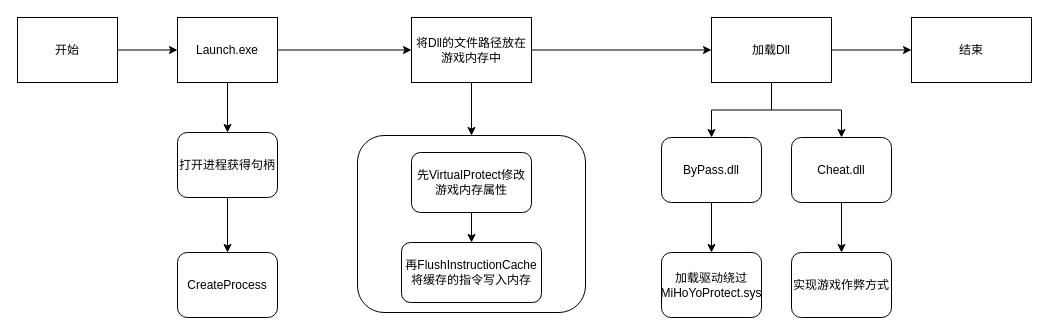
This is Dll.drawio from Moose1273/-, a draw.io file, before an edit. Source tidied: cells renumbered, new cells numbered last; positions are measured from the earlier drawing's top-left corner, leaving out a move shared by most shapes. Both pictures are drawn from the tidied source at 100%, with x=0, y=0 at pixel (17, 17).
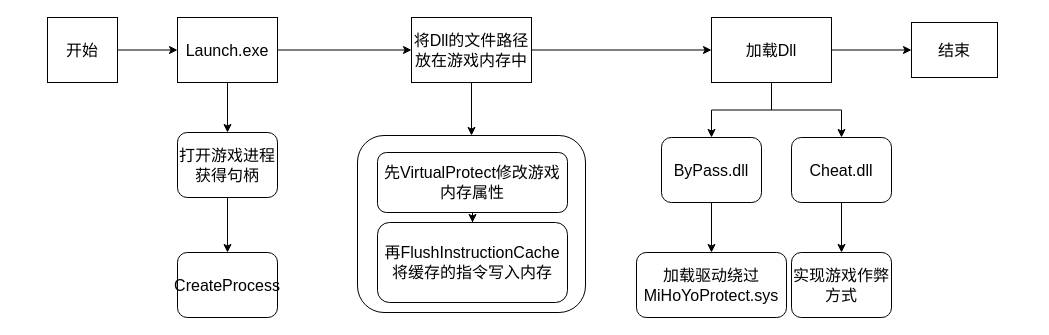
After the change.

Diff of the diagram source:
```diff
@@
-    <mxCell id="2" style="edgeStyle=orthogonalEdgeStyle;rounded=0;jettySize=auto;html=1;" parent="1" edge="1" source="3" target="6">
+    <mxCell id="2" style="edgeStyle=orthogonalEdgeStyle;rounded=0;jettySize=auto;html=1;fontSize=16;" parent="1" edge="1" source="3" target="6">
       <mxGeometry relative="1" as="geometry" />
     </mxCell>
-    <mxCell id="3" value="开始" style="rounded=0;whiteSpace=wrap;html=1;" parent="1" vertex="1">
-      <mxGeometry width="100" height="65" as="geometry" />
+    <mxCell id="3" value="开始" style="rounded=0;whiteSpace=wrap;html=1;fontSize=16;" parent="1" vertex="1">
+      <mxGeometry x="30" width="70" height="65" as="geometry" />
     </mxCell>
-    <mxCell id="4" style="edgeStyle=orthogonalEdgeStyle;rounded=0;jettySize=auto;html=1;" parent="1" edge="1" source="6" target="8">
+    <mxCell id="4" style="edgeStyle=orthogonalEdgeStyle;rounded=0;jettySize=auto;html=1;fontSize=16;" parent="1" edge="1" source="6" target="8">
       <mxGeometry relative="1" as="geometry" />
     </mxCell>
-    <mxCell id="5" style="edgeStyle=orthogonalEdgeStyle;rounded=0;jettySize=auto;html=1;" parent="1" edge="1" source="6" target="18">
+    <mxCell id="5" style="edgeStyle=orthogonalEdgeStyle;rounded=0;jettySize=auto;html=1;fontSize=16;" parent="1" edge="1" source="6" target="18">
       <mxGeometry relative="1" as="geometry" />
     </mxCell>
-    <mxCell id="6" value="Launch.exe" style="rounded=0;whiteSpace=wrap;html=1;" parent="1" vertex="1">
+    <mxCell id="6" value="Launch.exe" style="rounded=0;whiteSpace=wrap;html=1;fontSize=16;" parent="1" vertex="1">
       <mxGeometry x="160" width="100" height="65" as="geometry" />
     </mxCell>
-    <mxCell id="7" style="edgeStyle=orthogonalEdgeStyle;rounded=0;jettySize=auto;html=1;" parent="1" edge="1" source="8" target="9">
+    <mxCell id="7" style="edgeStyle=orthogonalEdgeStyle;rounded=0;jettySize=auto;html=1;fontSize=16;" parent="1" edge="1" source="8" target="9">
       <mxGeometry relative="1" as="geometry" />
     </mxCell>
-    <mxCell id="8" value="打开进程获得句柄" style="rounded=1;whiteSpace=wrap;html=1;" parent="1" vertex="1">
+    <mxCell id="8" value="打开游戏进程获得句柄" style="rounded=1;whiteSpace=wrap;html=1;fontSize=16;" parent="1" vertex="1">
       <mxGeometry x="160" y="115" width="100" height="65" as="geometry" />
     </mxCell>
-    <mxCell id="9" value="CreateProcess" style="rounded=1;whiteSpace=wrap;html=1;" parent="1" vertex="1">
+    <mxCell id="9" value="CreateProcess" style="rounded=1;whiteSpace=wrap;html=1;fontSize=16;" parent="1" vertex="1">
       <mxGeometry x="160" y="235" width="100" height="65" as="geometry" />
     </mxCell>
-    <mxCell id="10" style="edgeStyle=orthogonalEdgeStyle;rounded=0;jettySize=auto;html=1;" parent="1" edge="1" source="11" target="12">
+    <mxCell id="10" style="edgeStyle=orthogonalEdgeStyle;rounded=0;jettySize=auto;html=1;fontSize=16;" parent="1" edge="1" source="11" target="12">
       <mxGeometry relative="1" as="geometry" />
     </mxCell>
-    <mxCell id="11" value="ByPass.dll" style="rounded=1;whiteSpace=wrap;html=1;" parent="1" vertex="1">
+    <mxCell id="11" value="ByPass.dll" style="rounded=1;whiteSpace=wrap;html=1;fontSize=16;" parent="1" vertex="1">
       <mxGeometry x="644" y="120" width="100" height="65" as="geometry" />
     </mxCell>
-    <mxCell id="12" value="加载驱动绕过&lt;div&gt;MiHoYoProtect.sys&lt;br&gt;&lt;/div&gt;" style="rounded=1;whiteSpace=wrap;html=1;" parent="1" vertex="1">
-      <mxGeometry x="644" y="235" width="100" height="65" as="geometry" />
+    <mxCell id="12" value="加载驱动绕过&lt;div style=&quot;font-size: 16px;&quot;&gt;MiHoYoProtect.sys&lt;br style=&quot;font-size: 16px;&quot;&gt;&lt;/div&gt;" style="rounded=1;whiteSpace=wrap;html=1;fontSize=16;" parent="1" vertex="1">
+      <mxGeometry x="619" y="235" width="150" height="65" as="geometry" />
     </mxCell>
-    <mxCell id="13" style="edgeStyle=orthogonalEdgeStyle;rounded=0;jettySize=auto;html=1;" parent="1" edge="1" source="14" target="15">
+    <mxCell id="13" style="edgeStyle=orthogonalEdgeStyle;rounded=0;jettySize=auto;html=1;fontSize=16;" parent="1" edge="1" source="14" target="15">
       <mxGeometry relative="1" as="geometry" />
     </mxCell>
-    <mxCell id="14" value="Cheat.dll" style="rounded=1;whiteSpace=wrap;html=1;" parent="1" vertex="1">
+    <mxCell id="14" value="Cheat.dll" style="rounded=1;whiteSpace=wrap;html=1;fontSize=16;" parent="1" vertex="1">
       <mxGeometry x="774" y="120" width="100" height="65" as="geometry" />
     </mxCell>
-    <mxCell id="15" value="&lt;div&gt;实现游戏作弊方式&lt;br&gt;&lt;/div&gt;" style="rounded=1;whiteSpace=wrap;html=1;" parent="1" vertex="1">
+    <mxCell id="15" value="&lt;div style=&quot;font-size: 16px;&quot;&gt;实现游戏作弊方式&lt;br style=&quot;font-size: 16px;&quot;&gt;&lt;/div&gt;" style="rounded=1;whiteSpace=wrap;html=1;fontSize=16;" parent="1" vertex="1">
       <mxGeometry x="774" y="235" width="100" height="65" as="geometry" />
     </mxCell>
-    <mxCell id="16" style="edgeStyle=orthogonalEdgeStyle;rounded=0;jettySize=auto;html=1;" parent="1" edge="1" source="18" target="19">
+    <mxCell id="16" style="edgeStyle=orthogonalEdgeStyle;rounded=0;jettySize=auto;html=1;fontSize=16;" parent="1" edge="1" source="18" target="19">
       <mxGeometry relative="1" as="geometry" />
     </mxCell>
-    <mxCell id="17" style="edgeStyle=orthogonalEdgeStyle;rounded=0;jettySize=auto;html=1;" parent="1" edge="1" source="18" target="26">
+    <mxCell id="17" style="edgeStyle=orthogonalEdgeStyle;rounded=0;jettySize=auto;html=1;fontSize=16;" parent="1" edge="1" source="18" target="26">
       <mxGeometry relative="1" as="geometry" />
     </mxCell>
-    <mxCell id="18" value="将Dll的文件路径放在游戏内存中" style="rounded=0;whiteSpace=wrap;html=1;" parent="1" vertex="1">
+    <mxCell id="18" value="将Dll的文件路径放在游戏内存中" style="rounded=0;whiteSpace=wrap;html=1;fontSize=16;" parent="1" vertex="1">
       <mxGeometry x="394" width="120" height="65" as="geometry" />
     </mxCell>
-    <mxCell id="19" style="rounded=1;whiteSpace=wrap;html=1;" parent="1" vertex="1">
+    <mxCell id="19" style="rounded=1;whiteSpace=wrap;html=1;fontSize=16;" parent="1" vertex="1">
       <mxGeometry x="340" y="118" width="228" height="177" as="geometry" />
     </mxCell>
-    <mxCell id="20" style="edgeStyle=orthogonalEdgeStyle;rounded=0;jettySize=auto;html=1;" parent="1" edge="1" source="21" target="22">
+    <mxCell id="20" style="edgeStyle=orthogonalEdgeStyle;rounded=0;jettySize=auto;html=1;fontSize=16;" parent="1" edge="1" source="21" target="22">
       <mxGeometry relative="1" as="geometry" />
     </mxCell>
-    <mxCell id="21" value="先VirtualProtect修改游戏内存属性" style="rounded=1;whiteSpace=wrap;html=1;" parent="1" vertex="1">
-      <mxGeometry x="394" y="135" width="120" height="60" as="geometry" />
+    <mxCell id="21" value="先VirtualProtect修改游戏内存属性" style="rounded=1;whiteSpace=wrap;html=1;fontSize=16;" parent="1" vertex="1">
+      <mxGeometry x="360" y="135" width="190" height="60" as="geometry" />
     </mxCell>
-    <mxCell id="22" value="再FlushInstructionCache将缓存的指令写入内存" style="rounded=1;whiteSpace=wrap;html=1;" parent="1" vertex="1">
-      <mxGeometry x="384" y="225" width="140" height="60" as="geometry" />
+    <mxCell id="22" value="再FlushInstructionCache将缓存的指令写入内存" style="rounded=1;whiteSpace=wrap;html=1;fontSize=16;" parent="1" vertex="1">
+      <mxGeometry x="360" y="205" width="190" height="80" as="geometry" />
     </mxCell>
-    <mxCell id="23" style="edgeStyle=orthogonalEdgeStyle;rounded=0;jettySize=auto;html=1;entryX=0.5;entryY=0;entryDx=0;entryDy=0;" parent="1" edge="1" source="26" target="11">
+    <mxCell id="23" style="edgeStyle=orthogonalEdgeStyle;rounded=0;jettySize=auto;html=1;entryX=0.5;entryY=0;entryDx=0;entryDy=0;fontSize=16;" parent="1" edge="1" source="26" target="11">
       <mxGeometry relative="1" as="geometry" />
     </mxCell>
-    <mxCell id="24" style="edgeStyle=orthogonalEdgeStyle;rounded=0;jettySize=auto;html=1;" parent="1" edge="1" source="26" target="14">
+    <mxCell id="24" style="edgeStyle=orthogonalEdgeStyle;rounded=0;jettySize=auto;html=1;fontSize=16;" parent="1" edge="1" source="26" target="14">
       <mxGeometry relative="1" as="geometry" />
     </mxCell>
-    <mxCell id="25" style="edgeStyle=orthogonalEdgeStyle;rounded=0;jettySize=auto;html=1;" parent="1" edge="1" source="26" target="27">
+    <mxCell id="25" style="edgeStyle=orthogonalEdgeStyle;rounded=0;jettySize=auto;html=1;fontSize=16;" parent="1" edge="1" source="26" target="27">
       <mxGeometry relative="1" as="geometry" />
     </mxCell>
-    <mxCell id="26" value="加载Dll" style="rounded=0;whiteSpace=wrap;html=1;" parent="1" vertex="1">
+    <mxCell id="26" value="加载Dll" style="rounded=0;whiteSpace=wrap;html=1;fontSize=16;" parent="1" vertex="1">
       <mxGeometry x="694" width="120" height="65" as="geometry" />
     </mxCell>
-    <mxCell id="27" value="结束" style="rounded=0;whiteSpace=wrap;html=1;" parent="1" vertex="1">
-      <mxGeometry x="894" width="120" height="65" as="geometry" />
+    <mxCell id="27" value="结束" style="rounded=0;whiteSpace=wrap;html=1;fontSize=16;" parent="1" vertex="1">
+      <mxGeometry x="894" y="5" width="86" height="55" as="geometry" />
     </mxCell>
```
